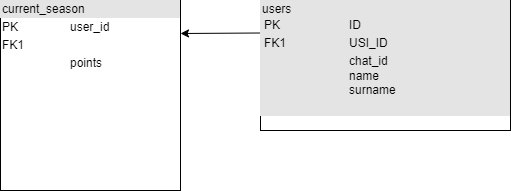
Above: Databse.png in inter-malchik/ICT.hack-hackaton (draw.io), before the change. Source tidied: cells renumbered, new cells last; positions are measured from the earlier drawing's top-left corner, leaving out a move shared by most shapes.
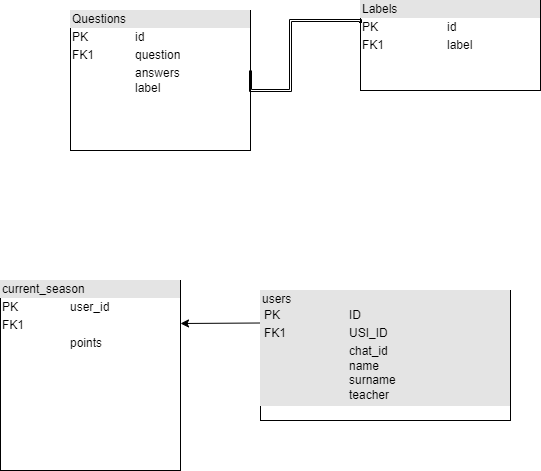
Above is the later version.

Change to the diagram source:
```diff
@@ -5,11 +5,28 @@
     <mxCell id="2" style="edgeStyle=elbowEdgeStyle;rounded=0;jettySize=auto;elbow=vertical;html=1;exitX=0;exitY=0.25;exitDx=0;exitDy=0;" parent="1" edge="1" source="3" target="4">
       <mxGeometry relative="1" as="geometry" />
     </mxCell>
-    <mxCell id="3" value="&lt;div style=&quot;box-sizing: border-box ; width: 100% ; background: #e4e4e4 ; padding: 2px&quot;&gt;users&lt;br&gt;&lt;table cellpadding=&quot;2&quot; cellspacing=&quot;0&quot; style=&quot;font-size: 1em ; width: 100%&quot;&gt;&lt;tbody&gt;&lt;tr&gt;&lt;td&gt;PK&lt;/td&gt;&lt;td&gt;ID&lt;/td&gt;&lt;/tr&gt;&lt;tr&gt;&lt;td&gt;FK1&lt;/td&gt;&lt;td&gt;USI_ID&lt;/td&gt;&lt;/tr&gt;&lt;tr&gt;&lt;td&gt;&lt;/td&gt;&lt;td&gt;chat_id&lt;br&gt;name&lt;br&gt;surname&lt;br&gt;&lt;br&gt;&lt;/td&gt;&lt;/tr&gt;&lt;/tbody&gt;&lt;/table&gt;&lt;/div&gt;" style="verticalAlign=top;align=left;overflow=fill;html=1;" parent="1" vertex="1">
-      <mxGeometry x="260" width="250" height="130" as="geometry" />
+    <mxCell id="3" value="&lt;div style=&quot;box-sizing: border-box ; width: 100% ; background: #e4e4e4 ; padding: 2px&quot;&gt;users&lt;br&gt;&lt;table cellpadding=&quot;2&quot; cellspacing=&quot;0&quot; style=&quot;font-size: 1em ; width: 100%&quot;&gt;&lt;tbody&gt;&lt;tr&gt;&lt;td&gt;PK&lt;/td&gt;&lt;td&gt;ID&lt;/td&gt;&lt;/tr&gt;&lt;tr&gt;&lt;td&gt;FK1&lt;/td&gt;&lt;td&gt;USI_ID&lt;/td&gt;&lt;/tr&gt;&lt;tr&gt;&lt;td&gt;&lt;/td&gt;&lt;td&gt;chat_id&lt;br&gt;name&lt;br&gt;surname&lt;br&gt;teacher&lt;/td&gt;&lt;/tr&gt;&lt;/tbody&gt;&lt;/table&gt;&lt;/div&gt;" style="verticalAlign=top;align=left;overflow=fill;html=1;" parent="1" vertex="1">
+      <mxGeometry x="260" y="10" width="250" height="130" as="geometry" />
     </mxCell>
     <mxCell id="4" value="&lt;div style=&quot;box-sizing: border-box ; width: 100% ; background: #e4e4e4 ; padding: 2px&quot;&gt;current_season&lt;/div&gt;&lt;table style=&quot;width: 100% ; font-size: 1em&quot; cellpadding=&quot;2&quot; cellspacing=&quot;0&quot;&gt;&lt;tbody&gt;&lt;tr&gt;&lt;td&gt;PK&lt;/td&gt;&lt;td&gt;user_id&lt;/td&gt;&lt;/tr&gt;&lt;tr&gt;&lt;td&gt;FK1&lt;/td&gt;&lt;td&gt;&lt;br&gt;&lt;/td&gt;&lt;/tr&gt;&lt;tr&gt;&lt;td&gt;&lt;/td&gt;&lt;td&gt;points&lt;/td&gt;&lt;/tr&gt;&lt;/tbody&gt;&lt;/table&gt;" style="verticalAlign=top;align=left;overflow=fill;html=1;" parent="1" vertex="1">
       <mxGeometry width="180" height="190" as="geometry" />
     </mxCell>
+    <mxCell id="5" value="&lt;div style=&quot;box-sizing: border-box ; width: 100% ; background: #e4e4e4 ; padding: 2px&quot;&gt;Questions&lt;/div&gt;&lt;table style=&quot;width: 100% ; font-size: 1em&quot; cellpadding=&quot;2&quot; cellspacing=&quot;0&quot;&gt;&lt;tbody&gt;&lt;tr&gt;&lt;td&gt;PK&lt;/td&gt;&lt;td&gt;id&lt;/td&gt;&lt;/tr&gt;&lt;tr&gt;&lt;td&gt;FK1&lt;/td&gt;&lt;td&gt;question&lt;/td&gt;&lt;/tr&gt;&lt;tr&gt;&lt;td&gt;&lt;/td&gt;&lt;td&gt;answers&lt;br&gt;label&lt;/td&gt;&lt;/tr&gt;&lt;/tbody&gt;&lt;/table&gt;" style="verticalAlign=top;align=left;overflow=fill;html=1;" parent="1" vertex="1">
+      <mxGeometry x="70" y="-270" width="180" height="140" as="geometry" />
+    </mxCell>
+    <mxCell id="6" value="&lt;div style=&quot;box-sizing: border-box ; width: 100% ; background: #e4e4e4 ; padding: 2px&quot;&gt;Labels&lt;/div&gt;&lt;table style=&quot;width: 100% ; font-size: 1em&quot; cellpadding=&quot;2&quot; cellspacing=&quot;0&quot;&gt;&lt;tbody&gt;&lt;tr&gt;&lt;td&gt;PK&lt;/td&gt;&lt;td&gt;id&lt;/td&gt;&lt;/tr&gt;&lt;tr&gt;&lt;td&gt;FK1&lt;/td&gt;&lt;td&gt;label&lt;/td&gt;&lt;/tr&gt;&lt;tr&gt;&lt;td&gt;&lt;/td&gt;&lt;td&gt;&lt;br&gt;&lt;/td&gt;&lt;/tr&gt;&lt;/tbody&gt;&lt;/table&gt;" style="verticalAlign=top;align=left;overflow=fill;html=1;" parent="1" vertex="1">
+      <mxGeometry x="360" y="-280" width="180" height="90" as="geometry" />
+    </mxCell>
+    <mxCell id="7" style="edgeStyle=segmentEdgeStyle;endArrow=classic;html=1;rounded=0;shape=link;curved=1;elbow=vertical;entryX=0;entryY=0.25;entryDx=0;entryDy=0;width=2;" parent="1" edge="1" target="6">
+      <mxGeometry relative="1" as="geometry">
+        <mxPoint x="250" y="-210" as="sourcePoint" />
+        <Array as="points">
+          <mxPoint x="250" y="-190" />
+          <mxPoint x="290" y="-190" />
+          <mxPoint x="290" y="-260" />
+          <mxPoint x="360" y="-260" />
+        </Array>
+      </mxGeometry>
+    </mxCell>
   </root>
 </mxGraphModel>
```
